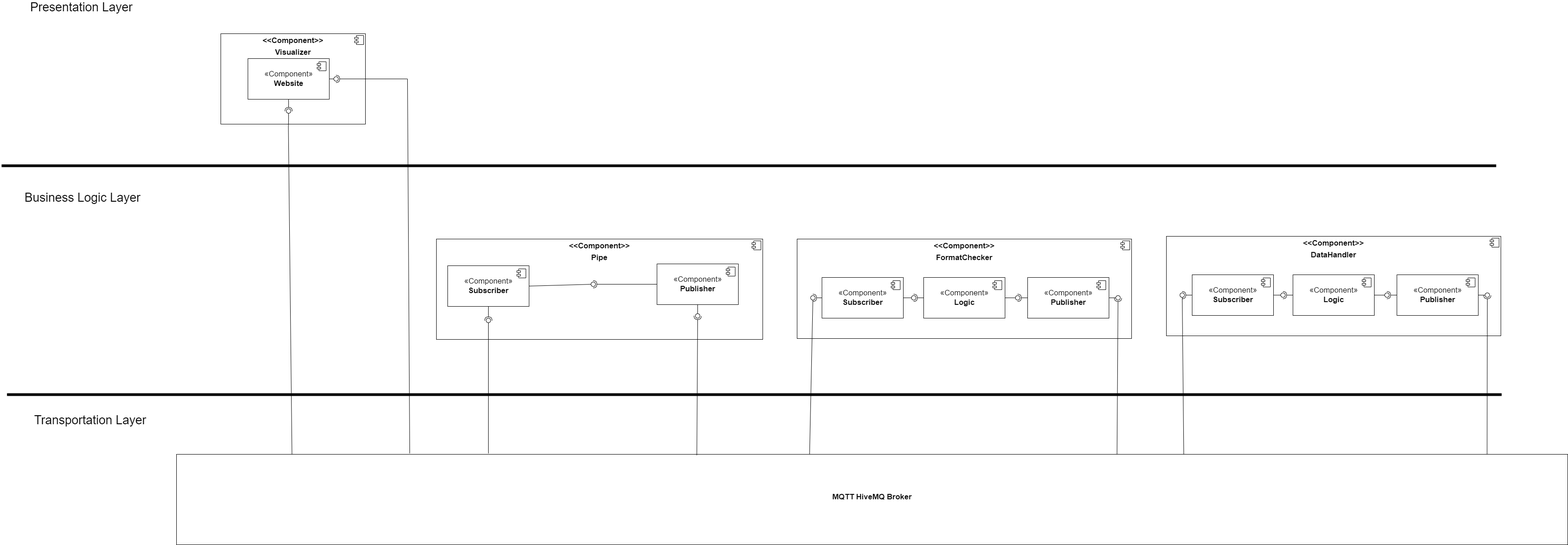
Earlier version of the draw.io export Component.png (adammuntasir/DIT355-Mini-Project-Distributed-Systems-Development-team-8-project). Source tidied: cells renumbered, new cells last; positions are measured from the earlier drawing's top-left corner, leaving out a move shared by most shapes.
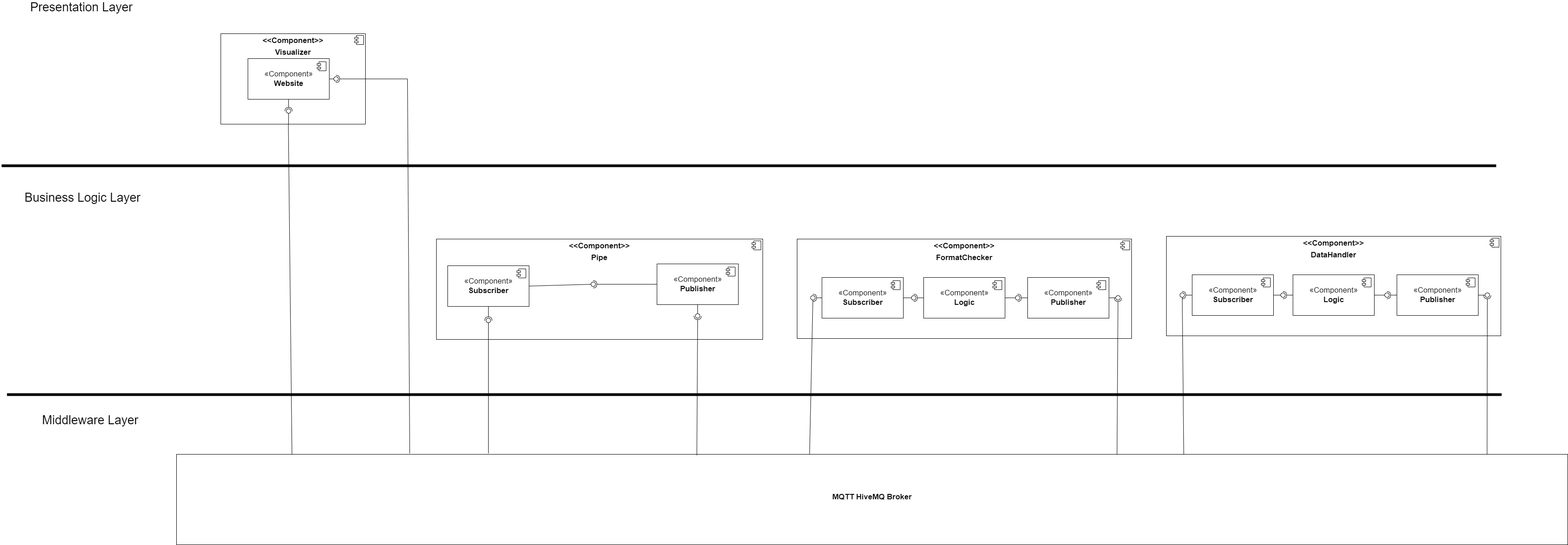
Above is the later version.

Commit message:
middleware layer

What changed in the source:
```diff
@@ -240,7 +240,7 @@
     <mxCell id="67" value="&lt;font style=&quot;font-size: 27px&quot;&gt;Business Logic Layer&lt;/font&gt;" style="text;html=1;strokeColor=none;fillColor=none;align=center;verticalAlign=middle;whiteSpace=wrap;rounded=0;fontSize=17;" parent="1" vertex="1">
       <mxGeometry x="12" y="421" width="335" height="30" as="geometry" />
     </mxCell>
-    <mxCell id="68" value="&lt;font style=&quot;font-size: 27px&quot;&gt;Transportation Layer&lt;/font&gt;" style="text;html=1;strokeColor=none;fillColor=none;align=center;verticalAlign=middle;whiteSpace=wrap;rounded=0;fontSize=17;" parent="1" vertex="1">
+    <mxCell id="68" value="&lt;font style=&quot;font-size: 27px&quot;&gt;Middleware Layer&lt;/font&gt;" style="text;html=1;strokeColor=none;fillColor=none;align=center;verticalAlign=middle;whiteSpace=wrap;rounded=0;fontSize=17;" parent="1" vertex="1">
       <mxGeometry x="29" y="913" width="335" height="30" as="geometry" />
     </mxCell>
     <mxCell id="69" style="rounded=0;jettySize=auto;html=1;endArrow=halfCircle;endFill=0;entryX=0.5;entryY=0.5;endSize=6;strokeWidth=1;sketch=0;entryDx=0;entryDy=0;fontSize=17;exitX=0.5;exitY=1;exitDx=0;exitDy=0;" parent="1" edge="1" source="13" target="70">
```
